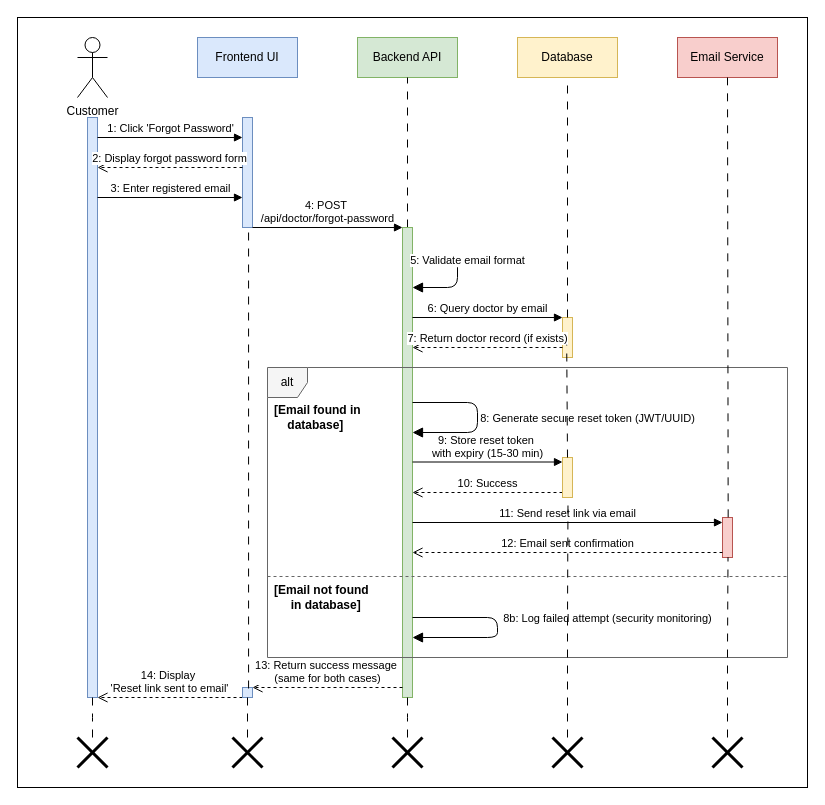
Before: InProgress/Sequence Diagram/Branch Admin/forgot password/Forgot-Password-Diagram.drawio in shah541-g/Fyp-Diagrams, a draw.io diagram. Source tidied: cells renumbered, new cells numbered last; positions are measured from the earlier drawing's top-left corner, leaving out a move shared by most shapes. Both pictures are drawn from the tidied source at 100%, with x=0, y=0 at pixel (17, 17).
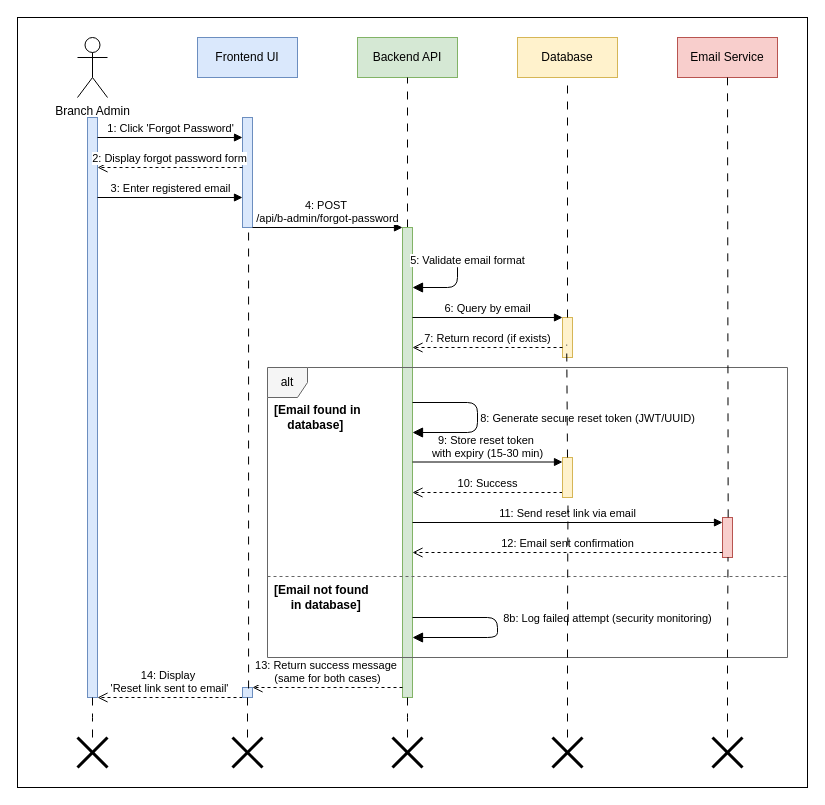
The same page after the edit.

The edit, as a diff of the source:
```diff
@@
-    <mxCell id="3" value="Customer" style="shape=umlActor;verticalLabelPosition=bottom;verticalAlign=top;html=1;" parent="1" vertex="1">
+    <mxCell id="3" value="Branch Admin" style="shape=umlActor;verticalLabelPosition=bottom;verticalAlign=top;html=1;" parent="1" vertex="1">
       <mxGeometry x="60" y="20" width="30" height="60" as="geometry" />
     </mxCell>
@@
-    <mxCell id="17" value="4: POST&amp;nbsp;&lt;div&gt;/api/doctor/forgot-password&lt;/div&gt;" style="html=1;verticalAlign=bottom;endArrow=block;" parent="1" edge="1">
+    <mxCell id="17" value="4: POST&amp;nbsp;&lt;div&gt;/api/b-admin/forgot-password&lt;/div&gt;" style="html=1;verticalAlign=bottom;endArrow=block;" parent="1" edge="1">
       <mxGeometry relative="1" as="geometry">
         <mxPoint x="235" y="210" as="sourcePoint" />
         <mxPoint x="385" y="210" as="targetPoint" />
       </mxGeometry>
     </mxCell>
@@
-    <mxCell id="19" value="6: Query doctor by email" style="html=1;verticalAlign=bottom;endArrow=block;" parent="1" edge="1">
+    <mxCell id="19" value="6: Query by email" style="html=1;verticalAlign=bottom;endArrow=block;" parent="1" edge="1">
       <mxGeometry relative="1" as="geometry">
         <mxPoint x="395" y="300" as="sourcePoint" />
         <mxPoint x="545" y="300" as="targetPoint" />
       </mxGeometry>
     </mxCell>
-    <mxCell id="20" value="7: Return doctor record (if exists)" style="html=1;verticalAlign=bottom;endArrow=open;dashed=1;endSize=8;" parent="1" edge="1">
+    <mxCell id="20" value="7: Return record (if exists)" style="html=1;verticalAlign=bottom;endArrow=open;dashed=1;endSize=8;" parent="1" edge="1">
       <mxGeometry relative="1" as="geometry">
         <mxPoint x="545" y="330" as="sourcePoint" />
         <mxPoint x="395" y="330" as="targetPoint" />
       </mxGeometry>
     </mxCell>
```
